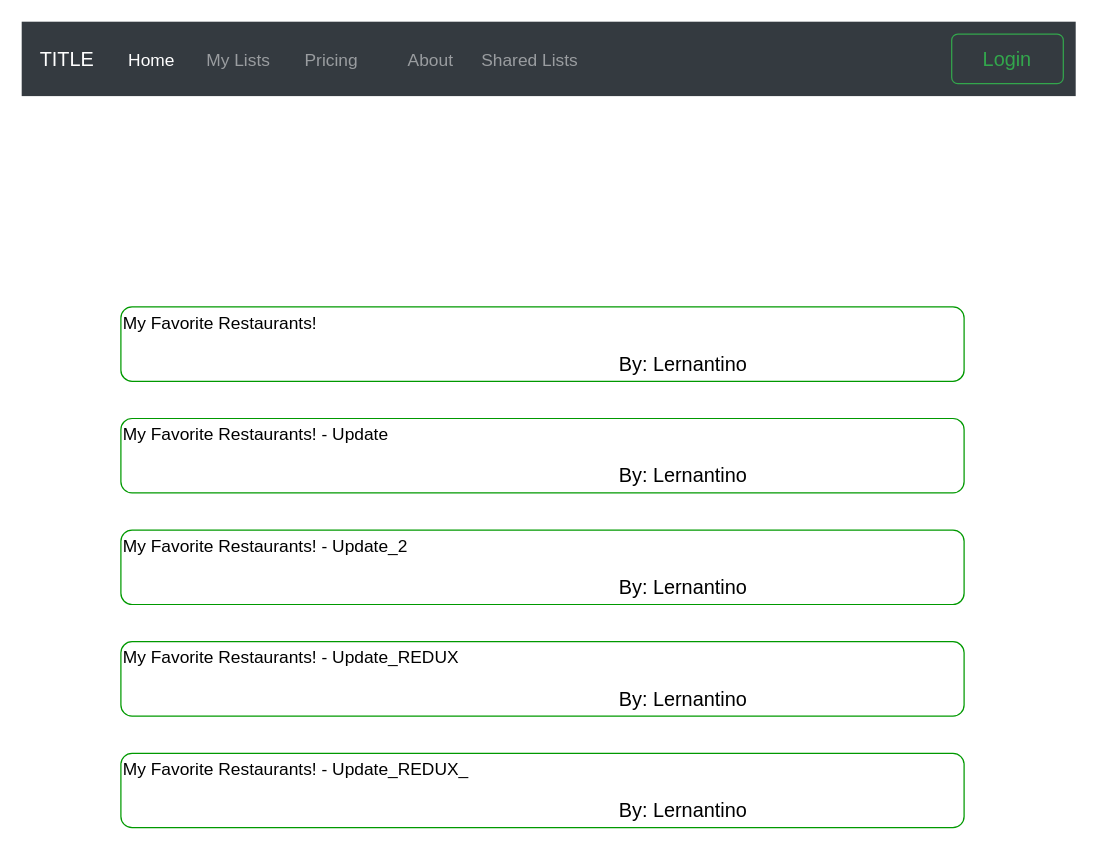
Before: page "Shared-Lists" (4 of 6) of wireframe/wireframe.drawio in EyesackEl/the-ranDUMBizer, a draw.io diagram. Source tidied: cells renumbered, new cells numbered last; positions are measured from the earlier drawing's top-left corner, leaving out a move shared by most shapes. Both pictures are drawn from the tidied source at 124%, with x=0, y=0 at pixel (21, 21).
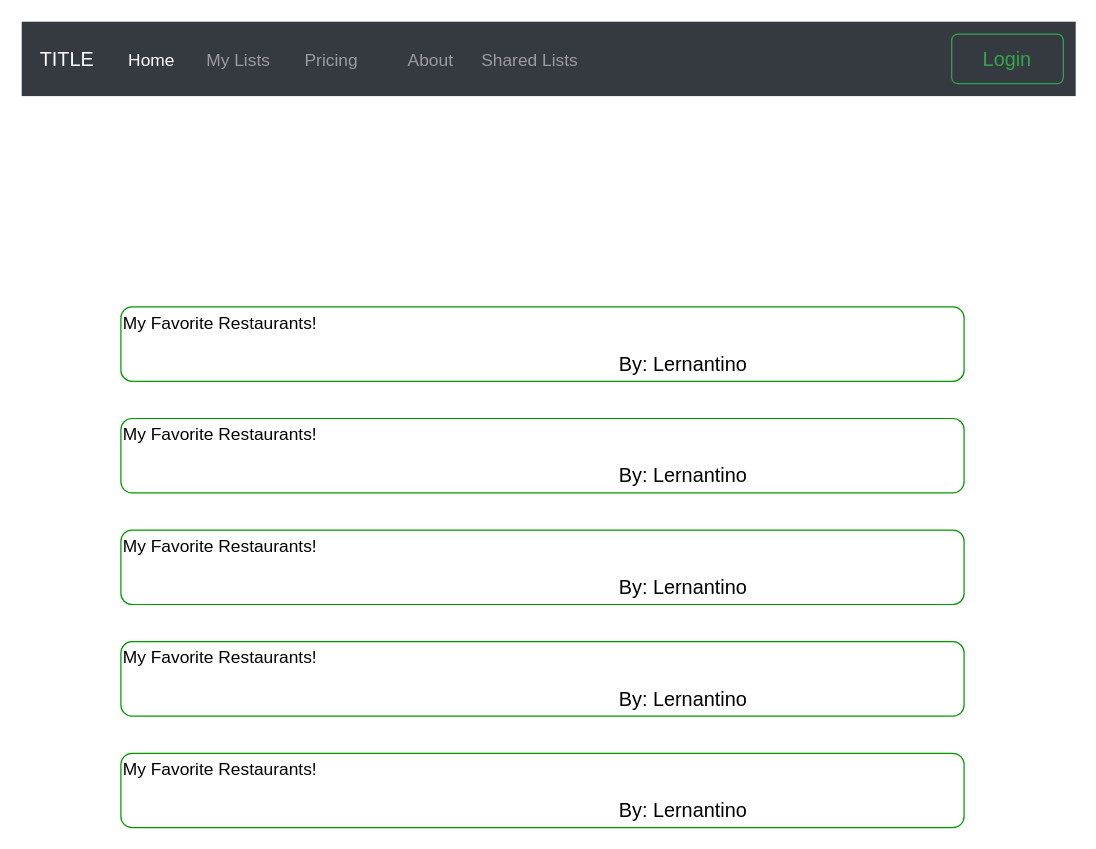
The same page after the edit.

What changed in the source:
```diff
@@
 <mxGraphModel>
   <root>
     <mxCell id="0" />
     <mxCell id="1" parent="0" />
     <mxCell id="2" value="TITLE" style="html=1;shadow=0;dashed=0;fillColor=#343A40;strokeColor=none;fontSize=16;fontColor=#ffffff;align=left;spacing=15;" parent="1" vertex="1">
       <mxGeometry width="850" height="60" as="geometry" />
     </mxCell>
     <mxCell id="3" value="Home" style="fillColor=none;strokeColor=none;fontSize=14;fontColor=#ffffff;align=center;" parent="2" vertex="1">
       <mxGeometry width="70" height="40" relative="1" as="geometry">
         <mxPoint x="70" y="10" as="offset" />
       </mxGeometry>
     </mxCell>
     <mxCell id="4" value="My Lists" style="fillColor=none;strokeColor=none;fontSize=14;fontColor=#9A9DA0;align=center;" parent="2" vertex="1">
       <mxGeometry width="70" height="40" relative="1" as="geometry">
         <mxPoint x="140" y="10" as="offset" />
       </mxGeometry>
     </mxCell>
     <mxCell id="5" value="Pricing" style="fillColor=none;strokeColor=none;fontSize=14;fontColor=#9A9DA0;align=center;spacingRight=0;" parent="2" vertex="1">
       <mxGeometry width="80" height="40" relative="1" as="geometry">
         <mxPoint x="210" y="10" as="offset" />
       </mxGeometry>
     </mxCell>
     <mxCell id="6" value="About" style="fillColor=none;strokeColor=none;fontSize=14;fontColor=#9A9DA0;align=center;" parent="2" vertex="1">
       <mxGeometry width="80" height="40" relative="1" as="geometry">
         <mxPoint x="290" y="10" as="offset" />
       </mxGeometry>
     </mxCell>
     <mxCell id="7" value="Shared Lists" style="fillColor=none;strokeColor=none;fontSize=14;fontColor=#9A9DA0;align=center;" parent="2" vertex="1">
       <mxGeometry x="370" y="10" width="80" height="40" as="geometry" />
     </mxCell>
     <mxCell id="8" value="Login" style="html=1;shadow=0;dashed=0;shape=mxgraph.bootstrap.rrect;rSize=5;strokeColor=#33A64C;strokeWidth=1;fillColor=none;fontColor=#33A64C;whiteSpace=wrap;align=center;verticalAlign=middle;spacingLeft=0;fontStyle=0;fontSize=16;spacing=5;" parent="2" vertex="1">
       <mxGeometry x="750" y="10" width="90" height="40" as="geometry" />
     </mxCell>
     <mxCell id="9" value="&lt;div&gt;&lt;font style=&quot;font-size: 14px&quot;&gt;My Favorite Restaurants!&lt;/font&gt;&lt;/div&gt;&lt;font&gt;&lt;div&gt;&lt;span style=&quot;font-size: 12px&quot;&gt;&lt;br&gt;&lt;/span&gt;&lt;/div&gt;&lt;/font&gt;&lt;blockquote style=&quot;margin: 0 0 0 40px ; border: none ; padding: 0px&quot;&gt;&lt;blockquote style=&quot;margin: 0 0 0 40px ; border: none ; padding: 0px&quot;&gt;&lt;blockquote style=&quot;margin: 0 0 0 40px ; border: none ; padding: 0px&quot;&gt;&lt;blockquote style=&quot;margin: 0 0 0 40px ; border: none ; padding: 0px&quot;&gt;&lt;blockquote style=&quot;margin: 0 0 0 40px ; border: none ; padding: 0px&quot;&gt;&lt;blockquote style=&quot;margin: 0 0 0 40px ; border: none ; padding: 0px&quot;&gt;&lt;blockquote style=&quot;margin: 0 0 0 40px ; border: none ; padding: 0px&quot;&gt;&lt;blockquote style=&quot;margin: 0 0 0 40px ; border: none ; padding: 0px&quot;&gt;&lt;blockquote style=&quot;margin: 0 0 0 40px ; border: none ; padding: 0px&quot;&gt;&lt;blockquote style=&quot;margin: 0 0 0 40px ; border: none ; padding: 0px&quot;&gt;&lt;div&gt;&lt;font size=&quot;3&quot;&gt;By: Lernantino&lt;/font&gt;&lt;/div&gt;&lt;/blockquote&gt;&lt;/blockquote&gt;&lt;/blockquote&gt;&lt;/blockquote&gt;&lt;/blockquote&gt;&lt;/blockquote&gt;&lt;/blockquote&gt;&lt;/blockquote&gt;&lt;/blockquote&gt;&lt;/blockquote&gt;" style="rounded=1;whiteSpace=wrap;html=1;fontSize=11;strokeColor=#009900;align=left;" parent="1" vertex="1">
       <mxGeometry x="80" y="230" width="680" height="60" as="geometry" />
     </mxCell>
-    <mxCell id="10" value="&lt;div&gt;&lt;font style=&quot;font-size: 14px&quot;&gt;My Favorite Restaurants! - Update&lt;/font&gt;&lt;/div&gt;&lt;font&gt;&lt;div&gt;&lt;span style=&quot;font-size: 12px&quot;&gt;&lt;br&gt;&lt;/span&gt;&lt;/div&gt;&lt;/font&gt;&lt;blockquote style=&quot;margin: 0 0 0 40px ; border: none ; padding: 0px&quot;&gt;&lt;blockquote style=&quot;margin: 0 0 0 40px ; border: none ; padding: 0px&quot;&gt;&lt;blockquote style=&quot;margin: 0 0 0 40px ; border: none ; padding: 0px&quot;&gt;&lt;blockquote style=&quot;margin: 0 0 0 40px ; border: none ; padding: 0px&quot;&gt;&lt;blockquote style=&quot;margin: 0 0 0 40px ; border: none ; padding: 0px&quot;&gt;&lt;blockquote style=&quot;margin: 0 0 0 40px ; border: none ; padding: 0px&quot;&gt;&lt;blockquote style=&quot;margin: 0 0 0 40px ; border: none ; padding: 0px&quot;&gt;&lt;blockquote style=&quot;margin: 0 0 0 40px ; border: none ; padding: 0px&quot;&gt;&lt;blockquote style=&quot;margin: 0 0 0 40px ; border: none ; padding: 0px&quot;&gt;&lt;blockquote style=&quot;margin: 0 0 0 40px ; border: none ; padding: 0px&quot;&gt;&lt;div&gt;&lt;font size=&quot;3&quot;&gt;By: Lernantino&lt;/font&gt;&lt;/div&gt;&lt;/blockquote&gt;&lt;/blockquote&gt;&lt;/blockquote&gt;&lt;/blockquote&gt;&lt;/blockquote&gt;&lt;/blockquote&gt;&lt;/blockquote&gt;&lt;/blockquote&gt;&lt;/blockquote&gt;&lt;/blockquote&gt;" style="rounded=1;whiteSpace=wrap;html=1;fontSize=11;strokeColor=#009900;align=left;" parent="1" vertex="1">
+    <mxCell id="10" value="&lt;div&gt;&lt;font style=&quot;font-size: 14px&quot;&gt;My Favorite Restaurants!&lt;/font&gt;&lt;/div&gt;&lt;font&gt;&lt;div&gt;&lt;span style=&quot;font-size: 12px&quot;&gt;&lt;br&gt;&lt;/span&gt;&lt;/div&gt;&lt;/font&gt;&lt;blockquote style=&quot;margin: 0 0 0 40px ; border: none ; padding: 0px&quot;&gt;&lt;blockquote style=&quot;margin: 0 0 0 40px ; border: none ; padding: 0px&quot;&gt;&lt;blockquote style=&quot;margin: 0 0 0 40px ; border: none ; padding: 0px&quot;&gt;&lt;blockquote style=&quot;margin: 0 0 0 40px ; border: none ; padding: 0px&quot;&gt;&lt;blockquote style=&quot;margin: 0 0 0 40px ; border: none ; padding: 0px&quot;&gt;&lt;blockquote style=&quot;margin: 0 0 0 40px ; border: none ; padding: 0px&quot;&gt;&lt;blockquote style=&quot;margin: 0 0 0 40px ; border: none ; padding: 0px&quot;&gt;&lt;blockquote style=&quot;margin: 0 0 0 40px ; border: none ; padding: 0px&quot;&gt;&lt;blockquote style=&quot;margin: 0 0 0 40px ; border: none ; padding: 0px&quot;&gt;&lt;blockquote style=&quot;margin: 0 0 0 40px ; border: none ; padding: 0px&quot;&gt;&lt;div&gt;&lt;font size=&quot;3&quot;&gt;By: Lernantino&lt;/font&gt;&lt;/div&gt;&lt;/blockquote&gt;&lt;/blockquote&gt;&lt;/blockquote&gt;&lt;/blockquote&gt;&lt;/blockquote&gt;&lt;/blockquote&gt;&lt;/blockquote&gt;&lt;/blockquote&gt;&lt;/blockquote&gt;&lt;/blockquote&gt;" style="rounded=1;whiteSpace=wrap;html=1;fontSize=11;strokeColor=#009900;align=left;" parent="1" vertex="1">
       <mxGeometry x="80" y="320" width="680" height="60" as="geometry" />
     </mxCell>
-    <mxCell id="11" value="&lt;div&gt;&lt;font style=&quot;font-size: 14px&quot;&gt;My Favorite Restaurants! - Update_2&lt;/font&gt;&lt;/div&gt;&lt;font&gt;&lt;div&gt;&lt;span style=&quot;font-size: 12px&quot;&gt;&lt;br&gt;&lt;/span&gt;&lt;/div&gt;&lt;/font&gt;&lt;blockquote style=&quot;margin: 0 0 0 40px ; border: none ; padding: 0px&quot;&gt;&lt;blockquote style=&quot;margin: 0 0 0 40px ; border: none ; padding: 0px&quot;&gt;&lt;blockquote style=&quot;margin: 0 0 0 40px ; border: none ; padding: 0px&quot;&gt;&lt;blockquote style=&quot;margin: 0 0 0 40px ; border: none ; padding: 0px&quot;&gt;&lt;blockquote style=&quot;margin: 0 0 0 40px ; border: none ; padding: 0px&quot;&gt;&lt;blockquote style=&quot;margin: 0 0 0 40px ; border: none ; padding: 0px&quot;&gt;&lt;blockquote style=&quot;margin: 0 0 0 40px ; border: none ; padding: 0px&quot;&gt;&lt;blockquote style=&quot;margin: 0 0 0 40px ; border: none ; padding: 0px&quot;&gt;&lt;blockquote style=&quot;margin: 0 0 0 40px ; border: none ; padding: 0px&quot;&gt;&lt;blockquote style=&quot;margin: 0 0 0 40px ; border: none ; padding: 0px&quot;&gt;&lt;div&gt;&lt;font size=&quot;3&quot;&gt;By: Lernantino&lt;/font&gt;&lt;/div&gt;&lt;/blockquote&gt;&lt;/blockquote&gt;&lt;/blockquote&gt;&lt;/blockquote&gt;&lt;/blockquote&gt;&lt;/blockquote&gt;&lt;/blockquote&gt;&lt;/blockquote&gt;&lt;/blockquote&gt;&lt;/blockquote&gt;" style="rounded=1;whiteSpace=wrap;html=1;fontSize=11;strokeColor=#009900;align=left;" parent="1" vertex="1">
+    <mxCell id="11" value="&lt;div&gt;&lt;font style=&quot;font-size: 14px&quot;&gt;My Favorite Restaurants!&lt;/font&gt;&lt;/div&gt;&lt;font&gt;&lt;div&gt;&lt;span style=&quot;font-size: 12px&quot;&gt;&lt;br&gt;&lt;/span&gt;&lt;/div&gt;&lt;/font&gt;&lt;blockquote style=&quot;margin: 0 0 0 40px ; border: none ; padding: 0px&quot;&gt;&lt;blockquote style=&quot;margin: 0 0 0 40px ; border: none ; padding: 0px&quot;&gt;&lt;blockquote style=&quot;margin: 0 0 0 40px ; border: none ; padding: 0px&quot;&gt;&lt;blockquote style=&quot;margin: 0 0 0 40px ; border: none ; padding: 0px&quot;&gt;&lt;blockquote style=&quot;margin: 0 0 0 40px ; border: none ; padding: 0px&quot;&gt;&lt;blockquote style=&quot;margin: 0 0 0 40px ; border: none ; padding: 0px&quot;&gt;&lt;blockquote style=&quot;margin: 0 0 0 40px ; border: none ; padding: 0px&quot;&gt;&lt;blockquote style=&quot;margin: 0 0 0 40px ; border: none ; padding: 0px&quot;&gt;&lt;blockquote style=&quot;margin: 0 0 0 40px ; border: none ; padding: 0px&quot;&gt;&lt;blockquote style=&quot;margin: 0 0 0 40px ; border: none ; padding: 0px&quot;&gt;&lt;div&gt;&lt;font size=&quot;3&quot;&gt;By: Lernantino&lt;/font&gt;&lt;/div&gt;&lt;/blockquote&gt;&lt;/blockquote&gt;&lt;/blockquote&gt;&lt;/blockquote&gt;&lt;/blockquote&gt;&lt;/blockquote&gt;&lt;/blockquote&gt;&lt;/blockquote&gt;&lt;/blockquote&gt;&lt;/blockquote&gt;" style="rounded=1;whiteSpace=wrap;html=1;fontSize=11;strokeColor=#009900;align=left;" parent="1" vertex="1">
       <mxGeometry x="80" y="410" width="680" height="60" as="geometry" />
     </mxCell>
-    <mxCell id="12" value="&lt;div&gt;&lt;font style=&quot;font-size: 14px&quot;&gt;My Favorite Restaurants! - Update_REDUX&lt;/font&gt;&lt;/div&gt;&lt;font&gt;&lt;div&gt;&lt;span style=&quot;font-size: 12px&quot;&gt;&lt;br&gt;&lt;/span&gt;&lt;/div&gt;&lt;/font&gt;&lt;blockquote style=&quot;margin: 0 0 0 40px ; border: none ; padding: 0px&quot;&gt;&lt;blockquote style=&quot;margin: 0 0 0 40px ; border: none ; padding: 0px&quot;&gt;&lt;blockquote style=&quot;margin: 0 0 0 40px ; border: none ; padding: 0px&quot;&gt;&lt;blockquote style=&quot;margin: 0 0 0 40px ; border: none ; padding: 0px&quot;&gt;&lt;blockquote style=&quot;margin: 0 0 0 40px ; border: none ; padding: 0px&quot;&gt;&lt;blockquote style=&quot;margin: 0 0 0 40px ; border: none ; padding: 0px&quot;&gt;&lt;blockquote style=&quot;margin: 0 0 0 40px ; border: none ; padding: 0px&quot;&gt;&lt;blockquote style=&quot;margin: 0 0 0 40px ; border: none ; padding: 0px&quot;&gt;&lt;blockquote style=&quot;margin: 0 0 0 40px ; border: none ; padding: 0px&quot;&gt;&lt;blockquote style=&quot;margin: 0 0 0 40px ; border: none ; padding: 0px&quot;&gt;&lt;div&gt;&lt;font size=&quot;3&quot;&gt;By: Lernantino&lt;/font&gt;&lt;/div&gt;&lt;/blockquote&gt;&lt;/blockquote&gt;&lt;/blockquote&gt;&lt;/blockquote&gt;&lt;/blockquote&gt;&lt;/blockquote&gt;&lt;/blockquote&gt;&lt;/blockquote&gt;&lt;/blockquote&gt;&lt;/blockquote&gt;" style="rounded=1;whiteSpace=wrap;html=1;fontSize=11;strokeColor=#009900;align=left;" parent="1" vertex="1">
+    <mxCell id="12" value="&lt;div&gt;&lt;font style=&quot;font-size: 14px&quot;&gt;My Favorite Restaurants!&lt;/font&gt;&lt;/div&gt;&lt;font&gt;&lt;div&gt;&lt;span style=&quot;font-size: 12px&quot;&gt;&lt;br&gt;&lt;/span&gt;&lt;/div&gt;&lt;/font&gt;&lt;blockquote style=&quot;margin: 0 0 0 40px ; border: none ; padding: 0px&quot;&gt;&lt;blockquote style=&quot;margin: 0 0 0 40px ; border: none ; padding: 0px&quot;&gt;&lt;blockquote style=&quot;margin: 0 0 0 40px ; border: none ; padding: 0px&quot;&gt;&lt;blockquote style=&quot;margin: 0 0 0 40px ; border: none ; padding: 0px&quot;&gt;&lt;blockquote style=&quot;margin: 0 0 0 40px ; border: none ; padding: 0px&quot;&gt;&lt;blockquote style=&quot;margin: 0 0 0 40px ; border: none ; padding: 0px&quot;&gt;&lt;blockquote style=&quot;margin: 0 0 0 40px ; border: none ; padding: 0px&quot;&gt;&lt;blockquote style=&quot;margin: 0 0 0 40px ; border: none ; padding: 0px&quot;&gt;&lt;blockquote style=&quot;margin: 0 0 0 40px ; border: none ; padding: 0px&quot;&gt;&lt;blockquote style=&quot;margin: 0 0 0 40px ; border: none ; padding: 0px&quot;&gt;&lt;div&gt;&lt;font size=&quot;3&quot;&gt;By: Lernantino&lt;/font&gt;&lt;/div&gt;&lt;/blockquote&gt;&lt;/blockquote&gt;&lt;/blockquote&gt;&lt;/blockquote&gt;&lt;/blockquote&gt;&lt;/blockquote&gt;&lt;/blockquote&gt;&lt;/blockquote&gt;&lt;/blockquote&gt;&lt;/blockquote&gt;" style="rounded=1;whiteSpace=wrap;html=1;fontSize=11;strokeColor=#009900;align=left;" parent="1" vertex="1">
       <mxGeometry x="80" y="500" width="680" height="60" as="geometry" />
     </mxCell>
-    <mxCell id="13" value="&lt;div&gt;&lt;font style=&quot;font-size: 14px&quot;&gt;My Favorite Restaurants! - Update_REDUX_&lt;/font&gt;&lt;/div&gt;&lt;font&gt;&lt;div&gt;&lt;span style=&quot;font-size: 12px&quot;&gt;&lt;br&gt;&lt;/span&gt;&lt;/div&gt;&lt;/font&gt;&lt;blockquote style=&quot;margin: 0 0 0 40px ; border: none ; padding: 0px&quot;&gt;&lt;blockquote style=&quot;margin: 0 0 0 40px ; border: none ; padding: 0px&quot;&gt;&lt;blockquote style=&quot;margin: 0 0 0 40px ; border: none ; padding: 0px&quot;&gt;&lt;blockquote style=&quot;margin: 0 0 0 40px ; border: none ; padding: 0px&quot;&gt;&lt;blockquote style=&quot;margin: 0 0 0 40px ; border: none ; padding: 0px&quot;&gt;&lt;blockquote style=&quot;margin: 0 0 0 40px ; border: none ; padding: 0px&quot;&gt;&lt;blockquote style=&quot;margin: 0 0 0 40px ; border: none ; padding: 0px&quot;&gt;&lt;blockquote style=&quot;margin: 0 0 0 40px ; border: none ; padding: 0px&quot;&gt;&lt;blockquote style=&quot;margin: 0 0 0 40px ; border: none ; padding: 0px&quot;&gt;&lt;blockquote style=&quot;margin: 0 0 0 40px ; border: none ; padding: 0px&quot;&gt;&lt;div&gt;&lt;font size=&quot;3&quot;&gt;By: Lernantino&lt;/font&gt;&lt;/div&gt;&lt;/blockquote&gt;&lt;/blockquote&gt;&lt;/blockquote&gt;&lt;/blockquote&gt;&lt;/blockquote&gt;&lt;/blockquote&gt;&lt;/blockquote&gt;&lt;/blockquote&gt;&lt;/blockquote&gt;&lt;/blockquote&gt;" style="rounded=1;whiteSpace=wrap;html=1;fontSize=11;strokeColor=#009900;align=left;" parent="1" vertex="1">
+    <mxCell id="13" value="&lt;div&gt;&lt;font style=&quot;font-size: 14px&quot;&gt;My Favorite Restaurants!&lt;/font&gt;&lt;/div&gt;&lt;font&gt;&lt;div&gt;&lt;span style=&quot;font-size: 12px&quot;&gt;&lt;br&gt;&lt;/span&gt;&lt;/div&gt;&lt;/font&gt;&lt;blockquote style=&quot;margin: 0 0 0 40px ; border: none ; padding: 0px&quot;&gt;&lt;blockquote style=&quot;margin: 0 0 0 40px ; border: none ; padding: 0px&quot;&gt;&lt;blockquote style=&quot;margin: 0 0 0 40px ; border: none ; padding: 0px&quot;&gt;&lt;blockquote style=&quot;margin: 0 0 0 40px ; border: none ; padding: 0px&quot;&gt;&lt;blockquote style=&quot;margin: 0 0 0 40px ; border: none ; padding: 0px&quot;&gt;&lt;blockquote style=&quot;margin: 0 0 0 40px ; border: none ; padding: 0px&quot;&gt;&lt;blockquote style=&quot;margin: 0 0 0 40px ; border: none ; padding: 0px&quot;&gt;&lt;blockquote style=&quot;margin: 0 0 0 40px ; border: none ; padding: 0px&quot;&gt;&lt;blockquote style=&quot;margin: 0 0 0 40px ; border: none ; padding: 0px&quot;&gt;&lt;blockquote style=&quot;margin: 0 0 0 40px ; border: none ; padding: 0px&quot;&gt;&lt;div&gt;&lt;font size=&quot;3&quot;&gt;By: Lernantino&lt;/font&gt;&lt;/div&gt;&lt;/blockquote&gt;&lt;/blockquote&gt;&lt;/blockquote&gt;&lt;/blockquote&gt;&lt;/blockquote&gt;&lt;/blockquote&gt;&lt;/blockquote&gt;&lt;/blockquote&gt;&lt;/blockquote&gt;&lt;/blockquote&gt;" style="rounded=1;whiteSpace=wrap;html=1;fontSize=11;strokeColor=#009900;align=left;" parent="1" vertex="1">
       <mxGeometry x="80" y="590" width="680" height="60" as="geometry" />
     </mxCell>
   </root>
 </mxGraphModel>
```
